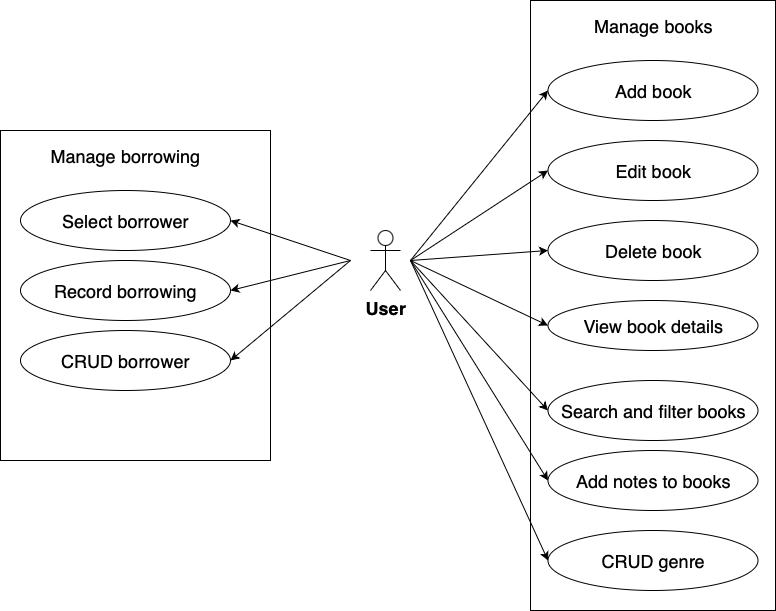
Above: use-case-diagram.drawio.png in sujaybn/personal_library (draw.io), before the change. Source tidied: cells renumbered, new cells last; positions are measured from the earlier drawing's top-left corner, leaving out a move shared by most shapes. Its diagram source:
```xml
<mxGraphModel>
  <root>
    <mxCell id="0" />
    <mxCell id="1" parent="0" />
    <mxCell id="2" value="&lt;font style=&quot;font-size: 18px;&quot;&gt;&lt;b&gt;User&lt;/b&gt;&lt;/font&gt;" style="shape=umlActor;verticalLabelPosition=bottom;verticalAlign=top;html=1;" parent="1" vertex="1">
      <mxGeometry x="370" y="230" width="30" height="60" as="geometry" />
    </mxCell>
    <mxCell id="3" style="rounded=0;whiteSpace=wrap;html=1;" parent="1" vertex="1">
      <mxGeometry x="530" width="245" height="610" as="geometry" />
    </mxCell>
    <mxCell id="4" value="&lt;font style=&quot;font-size: 18px;&quot;&gt;Add book&lt;/font&gt;" style="ellipse;whiteSpace=wrap;html=1;" parent="1" vertex="1">
      <mxGeometry x="547.5" y="60" width="210" height="60" as="geometry" />
    </mxCell>
    <mxCell id="5" value="&lt;font style=&quot;font-size: 18px;&quot;&gt;Delete book&lt;/font&gt;" style="ellipse;whiteSpace=wrap;html=1;" parent="1" vertex="1">
      <mxGeometry x="547.5" y="220" width="210" height="60" as="geometry" />
    </mxCell>
    <mxCell id="6" value="&lt;font style=&quot;font-size: 18px;&quot;&gt;Edit book&lt;/font&gt;" style="ellipse;whiteSpace=wrap;html=1;" parent="1" vertex="1">
      <mxGeometry x="547.5" y="140" width="210" height="60" as="geometry" />
    </mxCell>
    <mxCell id="7" value="&lt;font style=&quot;font-size: 18px;&quot;&gt;View book details&lt;/font&gt;" style="ellipse;whiteSpace=wrap;html=1;" parent="1" vertex="1">
      <mxGeometry x="547.5" y="300" width="210" height="50" as="geometry" />
    </mxCell>
    <mxCell id="8" value="&lt;font style=&quot;font-size: 18px;&quot;&gt;Search and filter books&lt;/font&gt;" style="ellipse;whiteSpace=wrap;html=1;" parent="1" vertex="1">
      <mxGeometry x="547.5" y="380" width="210" height="60" as="geometry" />
    </mxCell>
    <mxCell id="9" value="&lt;font style=&quot;font-size: 18px;&quot;&gt;Manage books&lt;/font&gt;" style="text;html=1;align=center;verticalAlign=middle;whiteSpace=wrap;rounded=0;" parent="1" vertex="1">
      <mxGeometry x="557.5" y="10" width="190" height="30" as="geometry" />
    </mxCell>
    <mxCell id="10" value="&lt;font style=&quot;font-size: 18px;&quot;&gt;Select borrower&lt;/font&gt;" style="ellipse;whiteSpace=wrap;html=1;" parent="1" vertex="1">
      <mxGeometry x="20" y="190" width="210" height="60" as="geometry" />
    </mxCell>
    <mxCell id="11" value="&lt;font style=&quot;font-size: 18px;&quot;&gt;CRUD borrower&lt;/font&gt;" style="ellipse;whiteSpace=wrap;html=1;" parent="1" vertex="1">
      <mxGeometry x="20" y="330" width="210" height="60" as="geometry" />
    </mxCell>
    <mxCell id="12" value="&lt;font style=&quot;font-size: 18px;&quot;&gt;CRUD genre&lt;/font&gt;" style="ellipse;whiteSpace=wrap;html=1;" parent="1" vertex="1">
      <mxGeometry x="547.5" y="530" width="210" height="60" as="geometry" />
    </mxCell>
    <mxCell id="13" value="&lt;font style=&quot;font-size: 18px;&quot;&gt;Add notes to books&lt;/font&gt;" style="ellipse;whiteSpace=wrap;html=1;" parent="1" vertex="1">
      <mxGeometry x="547.5" y="450" width="210" height="60" as="geometry" />
    </mxCell>
    <mxCell id="14" value="&lt;font style=&quot;font-size: 18px;&quot;&gt;Record borrowing&lt;/font&gt;" style="ellipse;whiteSpace=wrap;html=1;" parent="1" vertex="1">
      <mxGeometry x="20" y="260" width="210" height="60" as="geometry" />
    </mxCell>
    <mxCell id="15" style="endArrow=classic;html=1;rounded=0;entryX=0;entryY=0.5;entryDx=0;entryDy=0;" parent="1" edge="1" target="4">
      <mxGeometry relative="1" as="geometry">
        <mxPoint x="410" y="260" as="sourcePoint" />
      </mxGeometry>
    </mxCell>
    <mxCell id="16" style="endArrow=classic;html=1;rounded=0;entryX=0;entryY=0.5;entryDx=0;entryDy=0;" parent="1" edge="1" target="6">
      <mxGeometry relative="1" as="geometry">
        <mxPoint x="410" y="260" as="sourcePoint" />
      </mxGeometry>
    </mxCell>
    <mxCell id="17" style="endArrow=classic;html=1;rounded=0;entryX=0;entryY=0.5;entryDx=0;entryDy=0;" parent="1" edge="1" target="5">
      <mxGeometry relative="1" as="geometry">
        <mxPoint x="410" y="260" as="sourcePoint" />
      </mxGeometry>
    </mxCell>
    <mxCell id="18" style="endArrow=classic;html=1;rounded=0;entryX=0;entryY=0.5;entryDx=0;entryDy=0;" parent="1" edge="1" target="7">
      <mxGeometry relative="1" as="geometry">
        <mxPoint x="410" y="260" as="sourcePoint" />
      </mxGeometry>
    </mxCell>
    <mxCell id="19" style="endArrow=classic;html=1;rounded=0;entryX=0;entryY=0.5;entryDx=0;entryDy=0;" parent="1" edge="1" target="8">
      <mxGeometry relative="1" as="geometry">
        <mxPoint x="410" y="260" as="sourcePoint" />
      </mxGeometry>
    </mxCell>
    <mxCell id="20" style="endArrow=classic;html=1;rounded=0;entryX=0;entryY=0.5;entryDx=0;entryDy=0;" parent="1" edge="1" target="13">
      <mxGeometry relative="1" as="geometry">
        <mxPoint x="410" y="260" as="sourcePoint" />
      </mxGeometry>
    </mxCell>
    <mxCell id="21" style="endArrow=classic;html=1;rounded=0;entryX=0;entryY=0.5;entryDx=0;entryDy=0;" parent="1" edge="1" target="12">
      <mxGeometry relative="1" as="geometry">
        <mxPoint x="410" y="260" as="sourcePoint" />
      </mxGeometry>
    </mxCell>
    <mxCell id="22" style="endArrow=classic;html=1;rounded=0;entryX=1;entryY=0.5;entryDx=0;entryDy=0;" parent="1" edge="1" target="10">
      <mxGeometry relative="1" as="geometry">
        <mxPoint x="350" y="260" as="sourcePoint" />
      </mxGeometry>
    </mxCell>
    <mxCell id="23" style="endArrow=classic;html=1;rounded=0;entryX=1;entryY=0.5;entryDx=0;entryDy=0;" parent="1" edge="1" target="14">
      <mxGeometry relative="1" as="geometry">
        <mxPoint x="350" y="260" as="sourcePoint" />
      </mxGeometry>
    </mxCell>
    <mxCell id="24" style="endArrow=classic;html=1;rounded=0;entryX=1;entryY=0.5;entryDx=0;entryDy=0;" parent="1" edge="1" target="11">
      <mxGeometry relative="1" as="geometry">
        <mxPoint x="350" y="260" as="sourcePoint" />
      </mxGeometry>
    </mxCell>
    <mxCell id="25" style="rounded=0;whiteSpace=wrap;html=1;fillColor=none;" parent="1" vertex="1">
      <mxGeometry y="130" width="270" height="330" as="geometry" />
    </mxCell>
    <mxCell id="26" value="&lt;font style=&quot;font-size: 18px;&quot;&gt;Manage borrowing&lt;/font&gt;" style="text;html=1;align=center;verticalAlign=middle;whiteSpace=wrap;rounded=0;" parent="1" vertex="1">
      <mxGeometry x="30" y="140" width="190" height="30" as="geometry" />
    </mxCell>
  </root>
</mxGraphModel>
```
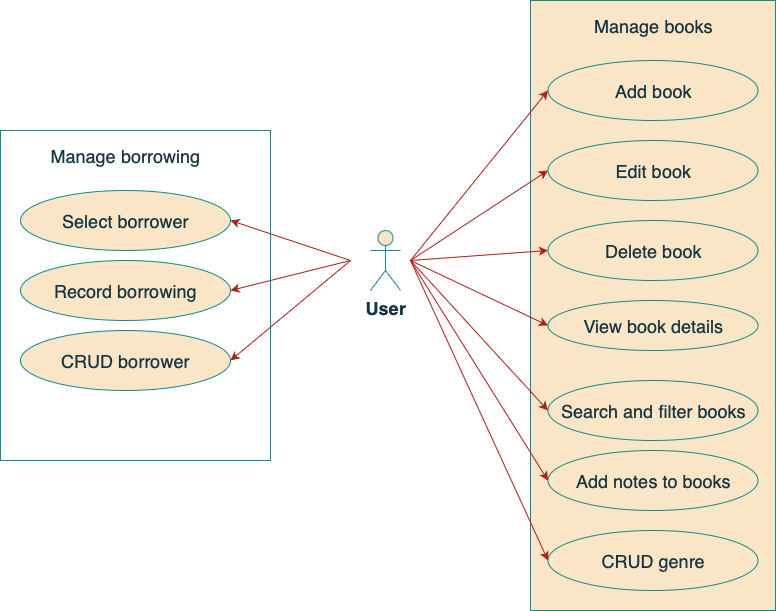
Later version of the same file.

What changed in the source:
```diff
@@ -2,99 +2,99 @@
   <root>
     <mxCell id="0" />
     <mxCell id="1" parent="0" />
-    <mxCell id="2" value="&lt;font style=&quot;font-size: 18px;&quot;&gt;&lt;b&gt;User&lt;/b&gt;&lt;/font&gt;" style="shape=umlActor;verticalLabelPosition=bottom;verticalAlign=top;html=1;" parent="1" vertex="1">
+    <mxCell id="2" value="&lt;font style=&quot;font-size: 18px;&quot;&gt;&lt;b&gt;User&lt;/b&gt;&lt;/font&gt;" style="shape=umlActor;verticalLabelPosition=bottom;verticalAlign=top;html=1;labelBackgroundColor=none;fillColor=#FAE5C7;strokeColor=#0F8B8D;fontColor=#143642;" parent="1" vertex="1">
       <mxGeometry x="370" y="230" width="30" height="60" as="geometry" />
     </mxCell>
-    <mxCell id="3" style="rounded=0;whiteSpace=wrap;html=1;" parent="1" vertex="1">
+    <mxCell id="3" style="rounded=0;whiteSpace=wrap;html=1;labelBackgroundColor=none;fillColor=#FAE5C7;strokeColor=#0F8B8D;fontColor=#143642;" parent="1" vertex="1">
       <mxGeometry x="530" width="245" height="610" as="geometry" />
     </mxCell>
-    <mxCell id="4" value="&lt;font style=&quot;font-size: 18px;&quot;&gt;Add book&lt;/font&gt;" style="ellipse;whiteSpace=wrap;html=1;" parent="1" vertex="1">
+    <mxCell id="4" value="&lt;font style=&quot;font-size: 18px;&quot;&gt;Add book&lt;/font&gt;" style="ellipse;whiteSpace=wrap;html=1;labelBackgroundColor=none;fillColor=#FAE5C7;strokeColor=#0F8B8D;fontColor=#143642;" parent="1" vertex="1">
       <mxGeometry x="547.5" y="60" width="210" height="60" as="geometry" />
     </mxCell>
-    <mxCell id="5" value="&lt;font style=&quot;font-size: 18px;&quot;&gt;Delete book&lt;/font&gt;" style="ellipse;whiteSpace=wrap;html=1;" parent="1" vertex="1">
+    <mxCell id="5" value="&lt;font style=&quot;font-size: 18px;&quot;&gt;Delete book&lt;/font&gt;" style="ellipse;whiteSpace=wrap;html=1;labelBackgroundColor=none;fillColor=#FAE5C7;strokeColor=#0F8B8D;fontColor=#143642;" parent="1" vertex="1">
       <mxGeometry x="547.5" y="220" width="210" height="60" as="geometry" />
     </mxCell>
-    <mxCell id="6" value="&lt;font style=&quot;font-size: 18px;&quot;&gt;Edit book&lt;/font&gt;" style="ellipse;whiteSpace=wrap;html=1;" parent="1" vertex="1">
+    <mxCell id="6" value="&lt;font style=&quot;font-size: 18px;&quot;&gt;Edit book&lt;/font&gt;" style="ellipse;whiteSpace=wrap;html=1;labelBackgroundColor=none;fillColor=#FAE5C7;strokeColor=#0F8B8D;fontColor=#143642;" parent="1" vertex="1">
       <mxGeometry x="547.5" y="140" width="210" height="60" as="geometry" />
     </mxCell>
-    <mxCell id="7" value="&lt;font style=&quot;font-size: 18px;&quot;&gt;View book details&lt;/font&gt;" style="ellipse;whiteSpace=wrap;html=1;" parent="1" vertex="1">
+    <mxCell id="7" value="&lt;font style=&quot;font-size: 18px;&quot;&gt;View book details&lt;/font&gt;" style="ellipse;whiteSpace=wrap;html=1;labelBackgroundColor=none;fillColor=#FAE5C7;strokeColor=#0F8B8D;fontColor=#143642;" parent="1" vertex="1">
       <mxGeometry x="547.5" y="300" width="210" height="50" as="geometry" />
     </mxCell>
-    <mxCell id="8" value="&lt;font style=&quot;font-size: 18px;&quot;&gt;Search and filter books&lt;/font&gt;" style="ellipse;whiteSpace=wrap;html=1;" parent="1" vertex="1">
+    <mxCell id="8" value="&lt;font style=&quot;font-size: 18px;&quot;&gt;Search and filter books&lt;/font&gt;" style="ellipse;whiteSpace=wrap;html=1;labelBackgroundColor=none;fillColor=#FAE5C7;strokeColor=#0F8B8D;fontColor=#143642;" parent="1" vertex="1">
       <mxGeometry x="547.5" y="380" width="210" height="60" as="geometry" />
     </mxCell>
-    <mxCell id="9" value="&lt;font style=&quot;font-size: 18px;&quot;&gt;Manage books&lt;/font&gt;" style="text;html=1;align=center;verticalAlign=middle;whiteSpace=wrap;rounded=0;" parent="1" vertex="1">
+    <mxCell id="9" value="&lt;font style=&quot;font-size: 18px;&quot;&gt;Manage books&lt;/font&gt;" style="text;html=1;align=center;verticalAlign=middle;whiteSpace=wrap;rounded=0;labelBackgroundColor=none;fontColor=#143642;" parent="1" vertex="1">
       <mxGeometry x="557.5" y="10" width="190" height="30" as="geometry" />
     </mxCell>
-    <mxCell id="10" value="&lt;font style=&quot;font-size: 18px;&quot;&gt;Select borrower&lt;/font&gt;" style="ellipse;whiteSpace=wrap;html=1;" parent="1" vertex="1">
+    <mxCell id="10" value="&lt;font style=&quot;font-size: 18px;&quot;&gt;Select borrower&lt;/font&gt;" style="ellipse;whiteSpace=wrap;html=1;labelBackgroundColor=none;fillColor=#FAE5C7;strokeColor=#0F8B8D;fontColor=#143642;" parent="1" vertex="1">
       <mxGeometry x="20" y="190" width="210" height="60" as="geometry" />
     </mxCell>
-    <mxCell id="11" value="&lt;font style=&quot;font-size: 18px;&quot;&gt;CRUD borrower&lt;/font&gt;" style="ellipse;whiteSpace=wrap;html=1;" parent="1" vertex="1">
+    <mxCell id="11" value="&lt;font style=&quot;font-size: 18px;&quot;&gt;CRUD borrower&lt;/font&gt;" style="ellipse;whiteSpace=wrap;html=1;labelBackgroundColor=none;fillColor=#FAE5C7;strokeColor=#0F8B8D;fontColor=#143642;" parent="1" vertex="1">
       <mxGeometry x="20" y="330" width="210" height="60" as="geometry" />
     </mxCell>
-    <mxCell id="12" value="&lt;font style=&quot;font-size: 18px;&quot;&gt;CRUD genre&lt;/font&gt;" style="ellipse;whiteSpace=wrap;html=1;" parent="1" vertex="1">
+    <mxCell id="12" value="&lt;font style=&quot;font-size: 18px;&quot;&gt;CRUD genre&lt;/font&gt;" style="ellipse;whiteSpace=wrap;html=1;labelBackgroundColor=none;fillColor=#FAE5C7;strokeColor=#0F8B8D;fontColor=#143642;" parent="1" vertex="1">
       <mxGeometry x="547.5" y="530" width="210" height="60" as="geometry" />
     </mxCell>
-    <mxCell id="13" value="&lt;font style=&quot;font-size: 18px;&quot;&gt;Add notes to books&lt;/font&gt;" style="ellipse;whiteSpace=wrap;html=1;" parent="1" vertex="1">
+    <mxCell id="13" value="&lt;font style=&quot;font-size: 18px;&quot;&gt;Add notes to books&lt;/font&gt;" style="ellipse;whiteSpace=wrap;html=1;labelBackgroundColor=none;fillColor=#FAE5C7;strokeColor=#0F8B8D;fontColor=#143642;" parent="1" vertex="1">
       <mxGeometry x="547.5" y="450" width="210" height="60" as="geometry" />
     </mxCell>
-    <mxCell id="14" value="&lt;font style=&quot;font-size: 18px;&quot;&gt;Record borrowing&lt;/font&gt;" style="ellipse;whiteSpace=wrap;html=1;" parent="1" vertex="1">
+    <mxCell id="14" value="&lt;font style=&quot;font-size: 18px;&quot;&gt;Record borrowing&lt;/font&gt;" style="ellipse;whiteSpace=wrap;html=1;labelBackgroundColor=none;fillColor=#FAE5C7;strokeColor=#0F8B8D;fontColor=#143642;" parent="1" vertex="1">
       <mxGeometry x="20" y="260" width="210" height="60" as="geometry" />
     </mxCell>
-    <mxCell id="15" style="endArrow=classic;html=1;rounded=0;entryX=0;entryY=0.5;entryDx=0;entryDy=0;" parent="1" edge="1" target="4">
+    <mxCell id="15" style="endArrow=classic;html=1;rounded=0;entryX=0;entryY=0.5;entryDx=0;entryDy=0;labelBackgroundColor=none;strokeColor=#A8201A;fontColor=default;" parent="1" edge="1" target="4">
       <mxGeometry relative="1" as="geometry">
         <mxPoint x="410" y="260" as="sourcePoint" />
       </mxGeometry>
     </mxCell>
-    <mxCell id="16" style="endArrow=classic;html=1;rounded=0;entryX=0;entryY=0.5;entryDx=0;entryDy=0;" parent="1" edge="1" target="6">
+    <mxCell id="16" style="endArrow=classic;html=1;rounded=0;entryX=0;entryY=0.5;entryDx=0;entryDy=0;labelBackgroundColor=none;strokeColor=#A8201A;fontColor=default;" parent="1" edge="1" target="6">
       <mxGeometry relative="1" as="geometry">
         <mxPoint x="410" y="260" as="sourcePoint" />
       </mxGeometry>
     </mxCell>
-    <mxCell id="17" style="endArrow=classic;html=1;rounded=0;entryX=0;entryY=0.5;entryDx=0;entryDy=0;" parent="1" edge="1" target="5">
+    <mxCell id="17" style="endArrow=classic;html=1;rounded=0;entryX=0;entryY=0.5;entryDx=0;entryDy=0;labelBackgroundColor=none;strokeColor=#A8201A;fontColor=default;" parent="1" edge="1" target="5">
       <mxGeometry relative="1" as="geometry">
         <mxPoint x="410" y="260" as="sourcePoint" />
       </mxGeometry>
     </mxCell>
-    <mxCell id="18" style="endArrow=classic;html=1;rounded=0;entryX=0;entryY=0.5;entryDx=0;entryDy=0;" parent="1" edge="1" target="7">
+    <mxCell id="18" style="endArrow=classic;html=1;rounded=0;entryX=0;entryY=0.5;entryDx=0;entryDy=0;labelBackgroundColor=none;strokeColor=#A8201A;fontColor=default;" parent="1" edge="1" target="7">
       <mxGeometry relative="1" as="geometry">
         <mxPoint x="410" y="260" as="sourcePoint" />
       </mxGeometry>
     </mxCell>
-    <mxCell id="19" style="endArrow=classic;html=1;rounded=0;entryX=0;entryY=0.5;entryDx=0;entryDy=0;" parent="1" edge="1" target="8">
+    <mxCell id="19" style="endArrow=classic;html=1;rounded=0;entryX=0;entryY=0.5;entryDx=0;entryDy=0;labelBackgroundColor=none;strokeColor=#A8201A;fontColor=default;" parent="1" edge="1" target="8">
       <mxGeometry relative="1" as="geometry">
         <mxPoint x="410" y="260" as="sourcePoint" />
       </mxGeometry>
     </mxCell>
-    <mxCell id="20" style="endArrow=classic;html=1;rounded=0;entryX=0;entryY=0.5;entryDx=0;entryDy=0;" parent="1" edge="1" target="13">
+    <mxCell id="20" style="endArrow=classic;html=1;rounded=0;entryX=0;entryY=0.5;entryDx=0;entryDy=0;labelBackgroundColor=none;strokeColor=#A8201A;fontColor=default;" parent="1" edge="1" target="13">
       <mxGeometry relative="1" as="geometry">
         <mxPoint x="410" y="260" as="sourcePoint" />
       </mxGeometry>
     </mxCell>
-    <mxCell id="21" style="endArrow=classic;html=1;rounded=0;entryX=0;entryY=0.5;entryDx=0;entryDy=0;" parent="1" edge="1" target="12">
+    <mxCell id="21" style="endArrow=classic;html=1;rounded=0;entryX=0;entryY=0.5;entryDx=0;entryDy=0;labelBackgroundColor=none;strokeColor=#A8201A;fontColor=default;" parent="1" edge="1" target="12">
       <mxGeometry relative="1" as="geometry">
         <mxPoint x="410" y="260" as="sourcePoint" />
       </mxGeometry>
     </mxCell>
-    <mxCell id="22" style="endArrow=classic;html=1;rounded=0;entryX=1;entryY=0.5;entryDx=0;entryDy=0;" parent="1" edge="1" target="10">
+    <mxCell id="22" style="endArrow=classic;html=1;rounded=0;entryX=1;entryY=0.5;entryDx=0;entryDy=0;labelBackgroundColor=none;strokeColor=#A8201A;fontColor=default;" parent="1" edge="1" target="10">
       <mxGeometry relative="1" as="geometry">
         <mxPoint x="350" y="260" as="sourcePoint" />
       </mxGeometry>
     </mxCell>
-    <mxCell id="23" style="endArrow=classic;html=1;rounded=0;entryX=1;entryY=0.5;entryDx=0;entryDy=0;" parent="1" edge="1" target="14">
+    <mxCell id="23" style="endArrow=classic;html=1;rounded=0;entryX=1;entryY=0.5;entryDx=0;entryDy=0;labelBackgroundColor=none;strokeColor=#A8201A;fontColor=default;" parent="1" edge="1" target="14">
       <mxGeometry relative="1" as="geometry">
         <mxPoint x="350" y="260" as="sourcePoint" />
       </mxGeometry>
     </mxCell>
-    <mxCell id="24" style="endArrow=classic;html=1;rounded=0;entryX=1;entryY=0.5;entryDx=0;entryDy=0;" parent="1" edge="1" target="11">
+    <mxCell id="24" style="endArrow=classic;html=1;rounded=0;entryX=1;entryY=0.5;entryDx=0;entryDy=0;labelBackgroundColor=none;strokeColor=#A8201A;fontColor=default;" parent="1" edge="1" target="11">
       <mxGeometry relative="1" as="geometry">
         <mxPoint x="350" y="260" as="sourcePoint" />
       </mxGeometry>
     </mxCell>
-    <mxCell id="25" style="rounded=0;whiteSpace=wrap;html=1;fillColor=none;" parent="1" vertex="1">
+    <mxCell id="25" style="rounded=0;whiteSpace=wrap;html=1;fillColor=none;labelBackgroundColor=none;strokeColor=#0F8B8D;fontColor=#143642;" parent="1" vertex="1">
       <mxGeometry y="130" width="270" height="330" as="geometry" />
     </mxCell>
-    <mxCell id="26" value="&lt;font style=&quot;font-size: 18px;&quot;&gt;Manage borrowing&lt;/font&gt;" style="text;html=1;align=center;verticalAlign=middle;whiteSpace=wrap;rounded=0;" parent="1" vertex="1">
+    <mxCell id="26" value="&lt;font style=&quot;font-size: 18px;&quot;&gt;Manage borrowing&lt;/font&gt;" style="text;html=1;align=center;verticalAlign=middle;whiteSpace=wrap;rounded=0;labelBackgroundColor=none;fontColor=#143642;" parent="1" vertex="1">
       <mxGeometry x="30" y="140" width="190" height="30" as="geometry" />
     </mxCell>
   </root>
```
